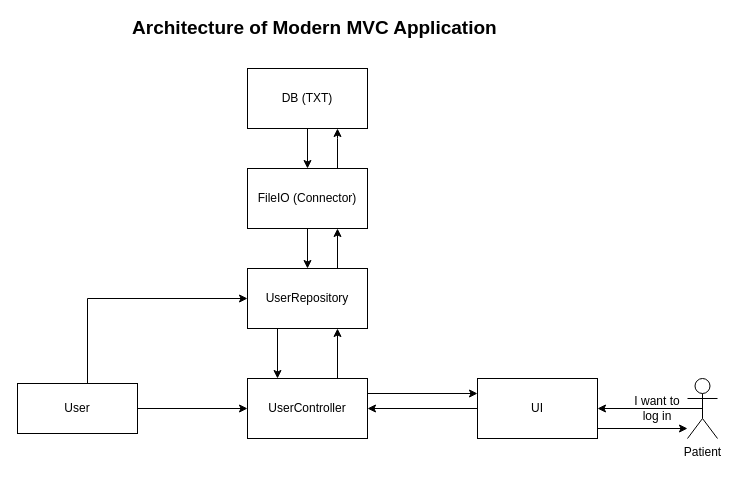
DanielZiyiD/diagram keeps this draw.io diagram as page "User Login" (1 of 2) of diagram.drawio. Above is the earlier version. Source tidied: cells renumbered, new cells numbered last; positions are measured from the earlier drawing's top-left corner, leaving out a move shared by most shapes. Both pictures are drawn from the tidied source at 100%, with x=0, y=0 at pixel (17, 18).
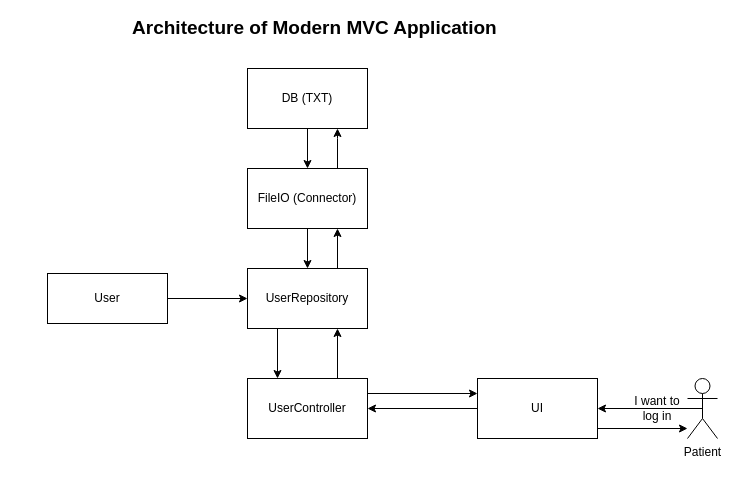
The same diagram, later.

The change refers to these unchanged cells:
```xml
<mxCell id="18" value="UserController" style="rounded=0;whiteSpace=wrap;html=1;" parent="1" vertex="1">
  <mxGeometry x="230" y="360" width="120" height="60" as="geometry" />
</mxCell>
```

What changed in the source:
```diff
@@
-    <mxCell id="7" style="edgeStyle=orthogonalEdgeStyle;rounded=0;jettySize=auto;html=1;exitX=1;exitY=0.5;exitDx=0;exitDy=0;entryX=0;entryY=0.5;entryDx=0;entryDy=0;" parent="1" edge="1" source="9" target="18">
-      <mxGeometry relative="1" as="geometry" />
-    </mxCell>
@@
     <mxCell id="9" value="User" style="rounded=0;whiteSpace=wrap;html=1;" parent="1" vertex="1">
-      <mxGeometry y="365" width="120" height="50" as="geometry" />
+      <mxGeometry x="30" y="255" width="120" height="50" as="geometry" />
     </mxCell>
```
